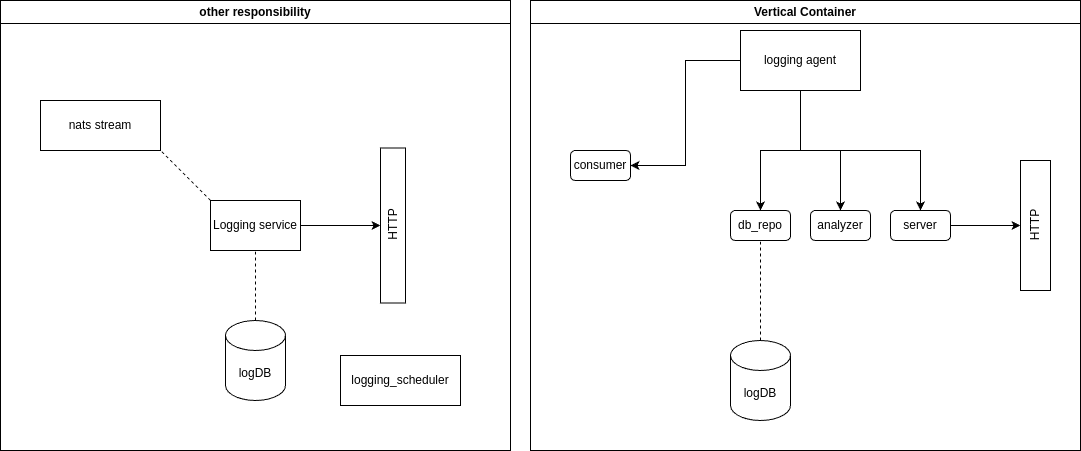
The draw.io diagram services/logging_agent/arch_diagrams/system_interaction_view.png in John321Blacksmith/knowledge_base, before a commit. Source tidied: cells renumbered, new cells last; positions are measured from the earlier drawing's top-left corner, leaving out a move shared by most shapes. Its diagram source:
```xml
<mxGraphModel>
  <root>
    <mxCell id="0" />
    <mxCell id="1" parent="0" />
    <mxCell id="2" style="edgeStyle=orthogonalEdgeStyle;rounded=0;jettySize=auto;html=1;" parent="1" edge="1" source="3" target="5">
      <mxGeometry relative="1" as="geometry" />
    </mxCell>
    <mxCell id="3" value="Logging service" style="rounded=0;whiteSpace=wrap;html=1;" parent="1" vertex="1">
      <mxGeometry x="210" y="200" width="90" height="50" as="geometry" />
    </mxCell>
    <mxCell id="4" value="logDB" style="shape=cylinder3;whiteSpace=wrap;html=1;boundedLbl=1;backgroundOutline=1;size=15;" parent="1" vertex="1">
      <mxGeometry x="225" y="320" width="60" height="80" as="geometry" />
    </mxCell>
    <mxCell id="5" style="whiteSpace=wrap;html=1;rounded=0;" parent="1" vertex="1">
      <mxGeometry x="380" y="147.5" width="25" height="155" as="geometry" />
    </mxCell>
    <mxCell id="6" value="HTTP" style="text;html=1;align=center;verticalAlign=middle;points=[];strokeColor=none;fillColor=none;rotation=-90;" parent="1" vertex="1">
      <mxGeometry x="367.5" y="210" width="50" height="30" as="geometry" />
    </mxCell>
    <mxCell id="7" value="other responsibility" style="swimlane;whiteSpace=wrap;html=1;" parent="1" vertex="1">
      <mxGeometry width="510" height="450" as="geometry" />
    </mxCell>
    <mxCell id="8" value="logging_scheduler" style="rounded=0;whiteSpace=wrap;html=1;" parent="7" vertex="1">
      <mxGeometry x="340" y="355" width="120" height="50" as="geometry" />
    </mxCell>
    <mxCell id="9" value="nats stream" style="rounded=0;whiteSpace=wrap;html=1;" parent="7" vertex="1">
      <mxGeometry x="40" y="100" width="120" height="50" as="geometry" />
    </mxCell>
    <mxCell id="10" style="edgeStyle=orthogonalEdgeStyle;rounded=0;jettySize=auto;html=1;" parent="1" edge="1" source="14" target="15">
      <mxGeometry relative="1" as="geometry" />
    </mxCell>
    <mxCell id="11" style="edgeStyle=orthogonalEdgeStyle;rounded=0;jettySize=auto;html=1;entryX=0.5;entryY=0;entryDx=0;entryDy=0;" parent="1" edge="1" source="14" target="18">
      <mxGeometry relative="1" as="geometry" />
    </mxCell>
    <mxCell id="12" style="edgeStyle=orthogonalEdgeStyle;rounded=0;jettySize=auto;html=1;entryX=0.5;entryY=0;entryDx=0;entryDy=0;exitX=0.5;exitY=1;exitDx=0;exitDy=0;" parent="1" edge="1" source="14" target="17">
      <mxGeometry relative="1" as="geometry" />
    </mxCell>
    <mxCell id="13" style="edgeStyle=orthogonalEdgeStyle;rounded=0;jettySize=auto;html=1;entryX=1;entryY=0.5;entryDx=0;entryDy=0;" parent="1" edge="1" source="14" target="25">
      <mxGeometry relative="1" as="geometry" />
    </mxCell>
    <mxCell id="14" value="logging agent" style="rounded=0;whiteSpace=wrap;html=1;" parent="1" vertex="1">
      <mxGeometry x="740" y="30" width="120" height="60" as="geometry" />
    </mxCell>
    <mxCell id="15" value="analyzer" style="rounded=1;whiteSpace=wrap;html=1;" parent="1" vertex="1">
      <mxGeometry x="810" y="210" width="60" height="30" as="geometry" />
    </mxCell>
    <mxCell id="16" style="edgeStyle=orthogonalEdgeStyle;rounded=0;jettySize=auto;html=1;" parent="1" edge="1" source="17" target="22">
      <mxGeometry relative="1" as="geometry" />
    </mxCell>
    <mxCell id="17" value="server" style="rounded=1;whiteSpace=wrap;html=1;" parent="1" vertex="1">
      <mxGeometry x="890" y="210" width="60" height="30" as="geometry" />
    </mxCell>
    <mxCell id="18" value="db_repo" style="rounded=1;whiteSpace=wrap;html=1;" parent="1" vertex="1">
      <mxGeometry x="730" y="210" width="60" height="30" as="geometry" />
    </mxCell>
    <mxCell id="19" value="logDB" style="shape=cylinder3;whiteSpace=wrap;html=1;boundedLbl=1;backgroundOutline=1;size=15;" parent="1" vertex="1">
      <mxGeometry x="730" y="340" width="60" height="80" as="geometry" />
    </mxCell>
    <mxCell id="20" style="endArrow=none;dashed=1;html=1;rounded=0;entryX=0.5;entryY=1;entryDx=0;entryDy=0;exitX=0.5;exitY=0;exitDx=0;exitDy=0;exitPerimeter=0;" parent="1" edge="1" source="4" target="3">
      <mxGeometry relative="1" as="geometry" />
    </mxCell>
    <mxCell id="21" style="endArrow=none;dashed=1;html=1;rounded=0;entryX=0.5;entryY=1;entryDx=0;entryDy=0;exitX=0.5;exitY=0;exitDx=0;exitDy=0;exitPerimeter=0;" parent="1" edge="1" source="19" target="18">
      <mxGeometry relative="1" as="geometry" />
    </mxCell>
    <mxCell id="22" style="rounded=0;whiteSpace=wrap;html=1;" parent="1" vertex="1">
      <mxGeometry x="1020" y="160" width="30" height="130" as="geometry" />
    </mxCell>
    <mxCell id="23" value="HTTP" style="text;html=1;align=center;verticalAlign=middle;points=[];strokeColor=none;fillColor=none;rotation=-90;" parent="1" vertex="1">
      <mxGeometry x="1010" y="210" width="50" height="30" as="geometry" />
    </mxCell>
    <mxCell id="24" value="Vertical Container" style="swimlane;whiteSpace=wrap;html=1;" parent="1" vertex="1">
      <mxGeometry x="530" width="550" height="450" as="geometry" />
    </mxCell>
    <mxCell id="25" value="consumer" style="rounded=1;whiteSpace=wrap;html=1;" parent="24" vertex="1">
      <mxGeometry x="40" y="150" width="60" height="30" as="geometry" />
    </mxCell>
    <mxCell id="26" style="endArrow=none;dashed=1;html=1;rounded=0;entryX=1;entryY=1;entryDx=0;entryDy=0;exitX=0;exitY=0;exitDx=0;exitDy=0;" parent="1" edge="1" source="3" target="9">
      <mxGeometry relative="1" as="geometry" />
    </mxCell>
  </root>
</mxGraphModel>
```
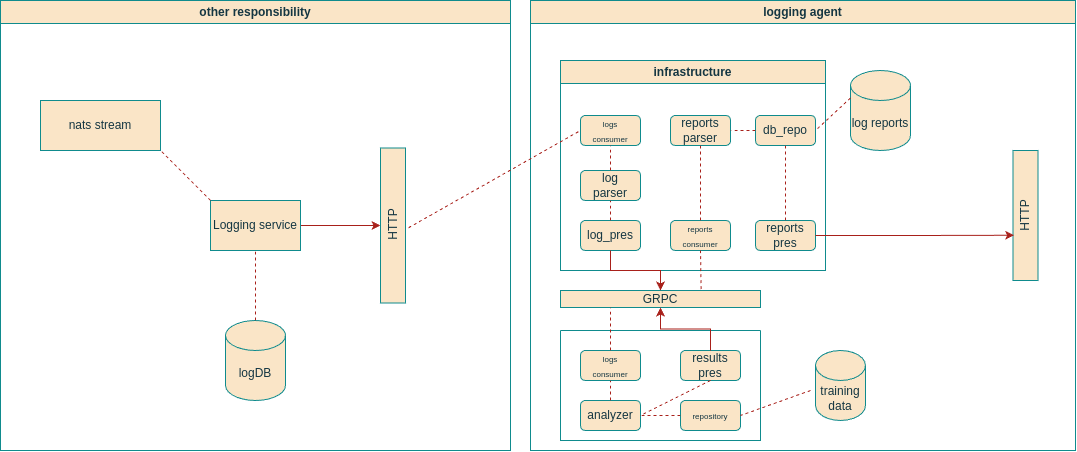
After the change.

The edit, as a diff of the source:
```diff
@@ -2,80 +2,136 @@
   <root>
     <mxCell id="0" />
     <mxCell id="1" parent="0" />
-    <mxCell id="2" style="edgeStyle=orthogonalEdgeStyle;rounded=0;jettySize=auto;html=1;" parent="1" edge="1" source="3" target="5">
+    <mxCell id="2" style="edgeStyle=orthogonalEdgeStyle;rounded=0;jettySize=auto;html=1;labelBackgroundColor=none;strokeColor=#A8201A;fontColor=default;" parent="1" edge="1" source="3" target="5">
       <mxGeometry relative="1" as="geometry" />
     </mxCell>
-    <mxCell id="3" value="Logging service" style="rounded=0;whiteSpace=wrap;html=1;" parent="1" vertex="1">
+    <mxCell id="3" value="Logging service" style="rounded=0;whiteSpace=wrap;html=1;labelBackgroundColor=none;fillColor=#FAE5C7;strokeColor=#0F8B8D;fontColor=#143642;" parent="1" vertex="1">
       <mxGeometry x="210" y="200" width="90" height="50" as="geometry" />
     </mxCell>
-    <mxCell id="4" value="logDB" style="shape=cylinder3;whiteSpace=wrap;html=1;boundedLbl=1;backgroundOutline=1;size=15;" parent="1" vertex="1">
+    <mxCell id="4" value="logDB" style="shape=cylinder3;whiteSpace=wrap;html=1;boundedLbl=1;backgroundOutline=1;size=15;labelBackgroundColor=none;fillColor=#FAE5C7;strokeColor=#0F8B8D;fontColor=#143642;" parent="1" vertex="1">
       <mxGeometry x="225" y="320" width="60" height="80" as="geometry" />
     </mxCell>
-    <mxCell id="5" style="whiteSpace=wrap;html=1;rounded=0;" parent="1" vertex="1">
+    <mxCell id="5" style="whiteSpace=wrap;html=1;rounded=0;labelBackgroundColor=none;fillColor=#FAE5C7;strokeColor=#0F8B8D;fontColor=#143642;" parent="1" vertex="1">
       <mxGeometry x="380" y="147.5" width="25" height="155" as="geometry" />
     </mxCell>
-    <mxCell id="6" value="HTTP" style="text;html=1;align=center;verticalAlign=middle;points=[];strokeColor=none;fillColor=none;rotation=-90;" parent="1" vertex="1">
+    <mxCell id="6" value="HTTP" style="text;html=1;align=center;verticalAlign=middle;points=[];strokeColor=none;fillColor=none;rotation=-90;labelBackgroundColor=none;fontColor=#143642;" parent="1" vertex="1">
       <mxGeometry x="367.5" y="210" width="50" height="30" as="geometry" />
     </mxCell>
-    <mxCell id="7" value="other responsibility" style="swimlane;whiteSpace=wrap;html=1;" parent="1" vertex="1">
+    <mxCell id="7" value="other responsibility" style="swimlane;whiteSpace=wrap;html=1;labelBackgroundColor=none;fillColor=#FAE5C7;strokeColor=#0F8B8D;fontColor=#143642;" parent="1" vertex="1">
       <mxGeometry width="510" height="450" as="geometry" />
     </mxCell>
-    <mxCell id="8" value="logging_scheduler" style="rounded=0;whiteSpace=wrap;html=1;" parent="7" vertex="1">
-      <mxGeometry x="340" y="355" width="120" height="50" as="geometry" />
-    </mxCell>
-    <mxCell id="9" value="nats stream" style="rounded=0;whiteSpace=wrap;html=1;" parent="7" vertex="1">
+    <mxCell id="9" value="nats stream" style="rounded=0;whiteSpace=wrap;html=1;labelBackgroundColor=none;fillColor=#FAE5C7;strokeColor=#0F8B8D;fontColor=#143642;" parent="7" vertex="1">
       <mxGeometry x="40" y="100" width="120" height="50" as="geometry" />
     </mxCell>
-    <mxCell id="10" style="edgeStyle=orthogonalEdgeStyle;rounded=0;jettySize=auto;html=1;" parent="1" edge="1" source="14" target="15">
-      <mxGeometry relative="1" as="geometry" />
-    </mxCell>
-    <mxCell id="11" style="edgeStyle=orthogonalEdgeStyle;rounded=0;jettySize=auto;html=1;entryX=0.5;entryY=0;entryDx=0;entryDy=0;" parent="1" edge="1" source="14" target="18">
-      <mxGeometry relative="1" as="geometry" />
-    </mxCell>
-    <mxCell id="12" style="edgeStyle=orthogonalEdgeStyle;rounded=0;jettySize=auto;html=1;entryX=0.5;entryY=0;entryDx=0;entryDy=0;exitX=0.5;exitY=1;exitDx=0;exitDy=0;" parent="1" edge="1" source="14" target="17">
-      <mxGeometry relative="1" as="geometry" />
-    </mxCell>
-    <mxCell id="13" style="edgeStyle=orthogonalEdgeStyle;rounded=0;jettySize=auto;html=1;entryX=1;entryY=0.5;entryDx=0;entryDy=0;" parent="1" edge="1" source="14" target="25">
-      <mxGeometry relative="1" as="geometry" />
-    </mxCell>
-    <mxCell id="14" value="logging agent" style="rounded=0;whiteSpace=wrap;html=1;" parent="1" vertex="1">
-      <mxGeometry x="740" y="30" width="120" height="60" as="geometry" />
-    </mxCell>
+    <mxCell id="20" style="endArrow=none;dashed=1;html=1;rounded=0;entryX=0.5;entryY=1;entryDx=0;entryDy=0;exitX=0.5;exitY=0;exitDx=0;exitDy=0;exitPerimeter=0;labelBackgroundColor=none;strokeColor=#A8201A;fontColor=default;" parent="1" edge="1" source="4" target="3">
+      <mxGeometry relative="1" as="geometry" />
+    </mxCell>
+    <mxCell id="24" value="logging agent" style="swimlane;whiteSpace=wrap;html=1;labelBackgroundColor=none;fillColor=#FAE5C7;strokeColor=#0F8B8D;fontColor=#143642;" parent="1" vertex="1">
+      <mxGeometry x="530" width="545" height="450" as="geometry" />
+    </mxCell>
+    <mxCell id="27" value="infrastructure" style="swimlane;whiteSpace=wrap;html=1;labelBackgroundColor=none;fillColor=#FAE5C7;strokeColor=#0F8B8D;fontColor=#143642;" parent="24" vertex="1">
+      <mxGeometry x="30" y="60" width="265" height="210" as="geometry" />
+    </mxCell>
+    <mxCell id="25" value="&lt;font style=&quot;font-size: 8px;&quot;&gt;logs&lt;/font&gt;&lt;div&gt;&lt;font style=&quot;font-size: 8px;&quot;&gt;consumer&lt;/font&gt;&lt;/div&gt;" style="rounded=1;whiteSpace=wrap;html=1;labelBackgroundColor=none;fillColor=#FAE5C7;strokeColor=#0F8B8D;fontColor=#143642;" parent="27" vertex="1">
+      <mxGeometry x="20" y="55" width="60" height="30" as="geometry" />
+    </mxCell>
+    <mxCell id="17" value="reports&lt;div&gt;pres&lt;/div&gt;" style="rounded=1;whiteSpace=wrap;html=1;labelBackgroundColor=none;fillColor=#FAE5C7;strokeColor=#0F8B8D;fontColor=#143642;" parent="27" vertex="1">
+      <mxGeometry x="195" y="160" width="60" height="30" as="geometry" />
+    </mxCell>
+    <mxCell id="28" value="&lt;font style=&quot;font-size: 8px;&quot;&gt;reports&lt;/font&gt;&lt;div&gt;&lt;font style=&quot;font-size: 8px;&quot;&gt;consumer&lt;/font&gt;&lt;/div&gt;" style="rounded=1;whiteSpace=wrap;html=1;labelBackgroundColor=none;fillColor=#FAE5C7;strokeColor=#0F8B8D;fontColor=#143642;" parent="27" vertex="1">
+      <mxGeometry x="110" y="160" width="60" height="30" as="geometry" />
+    </mxCell>
+    <mxCell id="29" value="log&lt;div&gt;parser&lt;/div&gt;" style="rounded=1;whiteSpace=wrap;html=1;labelBackgroundColor=none;fillColor=#FAE5C7;strokeColor=#0F8B8D;fontColor=#143642;" parent="27" vertex="1">
+      <mxGeometry x="20" y="110" width="60" height="30" as="geometry" />
+    </mxCell>
+    <mxCell id="30" style="endArrow=none;dashed=1;html=1;rounded=0;exitX=0.5;exitY=0;exitDx=0;exitDy=0;entryX=0.5;entryY=1;entryDx=0;entryDy=0;labelBackgroundColor=none;strokeColor=#A8201A;fontColor=default;" parent="27" edge="1" source="29" target="25">
+      <mxGeometry relative="1" as="geometry" />
+    </mxCell>
+    <mxCell id="31" value="log_pres" style="rounded=1;whiteSpace=wrap;html=1;labelBackgroundColor=none;fillColor=#FAE5C7;strokeColor=#0F8B8D;fontColor=#143642;" parent="27" vertex="1">
+      <mxGeometry x="20" y="160" width="60" height="30" as="geometry" />
+    </mxCell>
+    <mxCell id="32" style="endArrow=none;dashed=1;html=1;rounded=0;exitX=0.5;exitY=0;exitDx=0;exitDy=0;entryX=0.5;entryY=1;entryDx=0;entryDy=0;labelBackgroundColor=none;strokeColor=#A8201A;fontColor=default;" parent="27" edge="1" source="31" target="29">
+      <mxGeometry relative="1" as="geometry" />
+    </mxCell>
+    <mxCell id="33" value="reports&lt;div&gt;parser&lt;/div&gt;" style="rounded=1;whiteSpace=wrap;html=1;labelBackgroundColor=none;fillColor=#FAE5C7;strokeColor=#0F8B8D;fontColor=#143642;" parent="27" vertex="1">
+      <mxGeometry x="110" y="55" width="60" height="30" as="geometry" />
+    </mxCell>
+    <mxCell id="34" style="endArrow=none;dashed=1;html=1;rounded=0;exitX=0.5;exitY=0;exitDx=0;exitDy=0;entryX=0.5;entryY=1;entryDx=0;entryDy=0;labelBackgroundColor=none;strokeColor=#A8201A;fontColor=default;" parent="27" edge="1" source="28" target="33">
+      <mxGeometry relative="1" as="geometry" />
+    </mxCell>
+    <mxCell id="18" value="db_repo" style="rounded=1;whiteSpace=wrap;html=1;labelBackgroundColor=none;fillColor=#FAE5C7;strokeColor=#0F8B8D;fontColor=#143642;" parent="27" vertex="1">
+      <mxGeometry x="195" y="55" width="60" height="30" as="geometry" />
+    </mxCell>
+    <mxCell id="35" style="endArrow=none;dashed=1;html=1;rounded=0;exitX=0.5;exitY=0;exitDx=0;exitDy=0;entryX=0.5;entryY=1;entryDx=0;entryDy=0;labelBackgroundColor=none;strokeColor=#A8201A;fontColor=default;" parent="27" edge="1" source="17" target="18">
+      <mxGeometry relative="1" as="geometry" />
+    </mxCell>
+    <mxCell id="36" style="endArrow=none;dashed=1;html=1;rounded=0;exitX=0;exitY=0.5;exitDx=0;exitDy=0;entryX=1;entryY=0.5;entryDx=0;entryDy=0;labelBackgroundColor=none;strokeColor=#A8201A;fontColor=default;" parent="27" edge="1" source="18" target="33">
+      <mxGeometry relative="1" as="geometry" />
+    </mxCell>
+    <mxCell id="23" value="HTTP" style="rounded=0;whiteSpace=wrap;html=1;rotation=-90;labelBackgroundColor=none;fillColor=#FAE5C7;strokeColor=#0F8B8D;fontColor=#143642;" parent="24" vertex="1">
+      <mxGeometry x="430" y="202.5" width="130" height="25" as="geometry" />
+    </mxCell>
+    <mxCell id="37" value="GRPC" style="rounded=0;whiteSpace=wrap;html=1;rotation=0;labelBackgroundColor=none;fillColor=#FAE5C7;strokeColor=#0F8B8D;fontColor=#143642;" parent="24" vertex="1">
+      <mxGeometry x="30" y="290" width="200" height="17" as="geometry" />
+    </mxCell>
+    <mxCell id="38" style="edgeStyle=orthogonalEdgeStyle;rounded=0;jettySize=auto;html=1;labelBackgroundColor=none;strokeColor=#A8201A;fontColor=default;" parent="24" edge="1" source="31" target="37">
+      <mxGeometry relative="1" as="geometry" />
+    </mxCell>
+    <mxCell id="39" style="swimlane;whiteSpace=wrap;html=1;startSize=0;labelBackgroundColor=none;fillColor=#FAE5C7;strokeColor=#0F8B8D;fontColor=#143642;" parent="24" vertex="1">
+      <mxGeometry x="30" y="330" width="200" height="110" as="geometry" />
+    </mxCell>
-    <mxCell id="15" value="analyzer" style="rounded=1;whiteSpace=wrap;html=1;" parent="1" vertex="1">
-      <mxGeometry x="810" y="210" width="60" height="30" as="geometry" />
+    <mxCell id="15" value="analyzer" style="rounded=1;whiteSpace=wrap;html=1;labelBackgroundColor=none;fillColor=#FAE5C7;strokeColor=#0F8B8D;fontColor=#143642;" parent="39" vertex="1">
+      <mxGeometry x="20" y="70" width="60" height="30" as="geometry" />
     </mxCell>
-    <mxCell id="16" style="edgeStyle=orthogonalEdgeStyle;rounded=0;jettySize=auto;html=1;" parent="1" edge="1" source="17" target="22">
-      <mxGeometry relative="1" as="geometry" />
-    </mxCell>
-    <mxCell id="17" value="server" style="rounded=1;whiteSpace=wrap;html=1;" parent="1" vertex="1">
-      <mxGeometry x="890" y="210" width="60" height="30" as="geometry" />
-    </mxCell>
-    <mxCell id="18" value="db_repo" style="rounded=1;whiteSpace=wrap;html=1;" parent="1" vertex="1">
-      <mxGeometry x="730" y="210" width="60" height="30" as="geometry" />
-    </mxCell>
-    <mxCell id="19" value="logDB" style="shape=cylinder3;whiteSpace=wrap;html=1;boundedLbl=1;backgroundOutline=1;size=15;" parent="1" vertex="1">
-      <mxGeometry x="730" y="340" width="60" height="80" as="geometry" />
-    </mxCell>
-    <mxCell id="20" style="endArrow=none;dashed=1;html=1;rounded=0;entryX=0.5;entryY=1;entryDx=0;entryDy=0;exitX=0.5;exitY=0;exitDx=0;exitDy=0;exitPerimeter=0;" parent="1" edge="1" source="4" target="3">
-      <mxGeometry relative="1" as="geometry" />
-    </mxCell>
-    <mxCell id="21" style="endArrow=none;dashed=1;html=1;rounded=0;entryX=0.5;entryY=1;entryDx=0;entryDy=0;exitX=0.5;exitY=0;exitDx=0;exitDy=0;exitPerimeter=0;" parent="1" edge="1" source="19" target="18">
-      <mxGeometry relative="1" as="geometry" />
-    </mxCell>
-    <mxCell id="22" style="rounded=0;whiteSpace=wrap;html=1;" parent="1" vertex="1">
-      <mxGeometry x="1020" y="160" width="30" height="130" as="geometry" />
-    </mxCell>
-    <mxCell id="23" value="HTTP" style="text;html=1;align=center;verticalAlign=middle;points=[];strokeColor=none;fillColor=none;rotation=-90;" parent="1" vertex="1">
-      <mxGeometry x="1010" y="210" width="50" height="30" as="geometry" />
-    </mxCell>
-    <mxCell id="24" value="Vertical Container" style="swimlane;whiteSpace=wrap;html=1;" parent="1" vertex="1">
-      <mxGeometry x="530" width="550" height="450" as="geometry" />
-    </mxCell>
-    <mxCell id="25" value="consumer" style="rounded=1;whiteSpace=wrap;html=1;" parent="24" vertex="1">
-      <mxGeometry x="40" y="150" width="60" height="30" as="geometry" />
-    </mxCell>
+    <mxCell id="40" value="&lt;font style=&quot;font-size: 8px;&quot;&gt;logs&lt;/font&gt;&lt;div&gt;&lt;font style=&quot;font-size: 8px;&quot;&gt;consumer&lt;/font&gt;&lt;/div&gt;" style="rounded=1;whiteSpace=wrap;html=1;labelBackgroundColor=none;fillColor=#FAE5C7;strokeColor=#0F8B8D;fontColor=#143642;" parent="39" vertex="1">
+      <mxGeometry x="20" y="20" width="60" height="30" as="geometry" />
+    </mxCell>
+    <mxCell id="41" value="&lt;span style=&quot;font-size: 8px;&quot;&gt;repository&lt;/span&gt;" style="rounded=1;whiteSpace=wrap;html=1;labelBackgroundColor=none;fillColor=#FAE5C7;strokeColor=#0F8B8D;fontColor=#143642;" parent="39" vertex="1">
+      <mxGeometry x="120" y="70" width="60" height="30" as="geometry" />
+    </mxCell>
+    <mxCell id="42" value="results pres" style="rounded=1;whiteSpace=wrap;html=1;labelBackgroundColor=none;fillColor=#FAE5C7;strokeColor=#0F8B8D;fontColor=#143642;" parent="39" vertex="1">
+      <mxGeometry x="120" y="20" width="60" height="30" as="geometry" />
+    </mxCell>
+    <mxCell id="43" style="endArrow=none;dashed=1;html=1;rounded=0;entryX=0.5;entryY=1;entryDx=0;entryDy=0;exitX=0.5;exitY=0;exitDx=0;exitDy=0;labelBackgroundColor=none;strokeColor=#A8201A;fontColor=default;" parent="39" edge="1" source="15" target="40">
+      <mxGeometry relative="1" as="geometry" />
+    </mxCell>
+    <mxCell id="44" style="endArrow=none;dashed=1;html=1;rounded=0;entryX=1;entryY=0.5;entryDx=0;entryDy=0;exitX=0;exitY=0.5;exitDx=0;exitDy=0;labelBackgroundColor=none;strokeColor=#A8201A;fontColor=default;" parent="39" edge="1" source="41" target="15">
+      <mxGeometry relative="1" as="geometry" />
+    </mxCell>
+    <mxCell id="45" style="endArrow=none;dashed=1;html=1;rounded=0;entryX=1;entryY=0.5;entryDx=0;entryDy=0;exitX=0.5;exitY=1;exitDx=0;exitDy=0;labelBackgroundColor=none;strokeColor=#A8201A;fontColor=default;" parent="39" edge="1" source="42" target="15">
+      <mxGeometry relative="1" as="geometry" />
+    </mxCell>
+    <mxCell id="46" value="training data" style="shape=cylinder3;whiteSpace=wrap;html=1;boundedLbl=1;backgroundOutline=1;size=15;labelBackgroundColor=none;fillColor=#FAE5C7;strokeColor=#0F8B8D;fontColor=#143642;" parent="24" vertex="1">
+      <mxGeometry x="285" y="350" width="50" height="70" as="geometry" />
+    </mxCell>
+    <mxCell id="47" value="log reports" style="shape=cylinder3;whiteSpace=wrap;html=1;boundedLbl=1;backgroundOutline=1;size=15;labelBackgroundColor=none;fillColor=#FAE5C7;strokeColor=#0F8B8D;fontColor=#143642;" parent="24" vertex="1">
+      <mxGeometry x="320" y="70" width="60" height="80" as="geometry" />
+    </mxCell>
+    <mxCell id="48" style="endArrow=none;dashed=1;html=1;rounded=0;exitX=0;exitY=0;exitDx=0;exitDy=27.5;entryX=1;entryY=0.5;entryDx=0;entryDy=0;exitPerimeter=0;labelBackgroundColor=none;strokeColor=#A8201A;fontColor=default;" parent="24" edge="1" source="47" target="18">
+      <mxGeometry relative="1" as="geometry" />
+    </mxCell>
+    <mxCell id="49" style="endArrow=none;dashed=1;html=1;rounded=0;entryX=1;entryY=0.5;entryDx=0;entryDy=0;labelBackgroundColor=none;strokeColor=#A8201A;fontColor=default;" parent="24" edge="1" target="41">
+      <mxGeometry relative="1" as="geometry">
+        <mxPoint x="280" y="390" as="sourcePoint" />
+      </mxGeometry>
+    </mxCell>
+    <mxCell id="50" style="edgeStyle=orthogonalEdgeStyle;rounded=0;jettySize=auto;html=1;labelBackgroundColor=none;strokeColor=#A8201A;fontColor=default;" parent="24" edge="1" source="42" target="37">
+      <mxGeometry relative="1" as="geometry" />
+    </mxCell>
+    <mxCell id="51" style="edgeStyle=orthogonalEdgeStyle;rounded=0;jettySize=auto;html=1;entryX=0.348;entryY=0.045;entryDx=0;entryDy=0;entryPerimeter=0;labelBackgroundColor=none;strokeColor=#A8201A;fontColor=default;" parent="24" edge="1" source="17" target="23">
+      <mxGeometry relative="1" as="geometry" />
+    </mxCell>
+    <mxCell id="52" style="endArrow=none;dashed=1;html=1;rounded=0;exitX=0.703;exitY=-0.083;exitDx=0;exitDy=0;entryX=0.5;entryY=1;entryDx=0;entryDy=0;exitPerimeter=0;labelBackgroundColor=none;strokeColor=#A8201A;fontColor=default;" parent="24" edge="1" source="37" target="28">
+      <mxGeometry relative="1" as="geometry" />
+    </mxCell>
+    <mxCell id="53" style="endArrow=none;dashed=1;html=1;rounded=0;exitX=0.5;exitY=0;exitDx=0;exitDy=0;entryX=0.25;entryY=1;entryDx=0;entryDy=0;labelBackgroundColor=none;strokeColor=#A8201A;fontColor=default;" parent="24" edge="1" source="40" target="37">
+      <mxGeometry relative="1" as="geometry" />
+    </mxCell>
-    <mxCell id="26" style="endArrow=none;dashed=1;html=1;rounded=0;entryX=1;entryY=1;entryDx=0;entryDy=0;exitX=0;exitY=0;exitDx=0;exitDy=0;" parent="1" edge="1" source="3" target="9">
+    <mxCell id="26" style="endArrow=none;dashed=1;html=1;rounded=0;entryX=1;entryY=1;entryDx=0;entryDy=0;exitX=0;exitY=0;exitDx=0;exitDy=0;labelBackgroundColor=none;strokeColor=#A8201A;fontColor=default;" parent="1" edge="1" source="3" target="9">
       <mxGeometry relative="1" as="geometry" />
     </mxCell>
+    <mxCell id="54" style="endArrow=none;dashed=1;html=1;rounded=0;exitX=0.456;exitY=1.02;exitDx=0;exitDy=0;entryX=0;entryY=0.5;entryDx=0;entryDy=0;exitPerimeter=0;labelBackgroundColor=none;strokeColor=#A8201A;fontColor=default;" parent="1" edge="1" source="6" target="25">
+      <mxGeometry relative="1" as="geometry" />
+    </mxCell>
   </root>
 </mxGraphModel>
```
